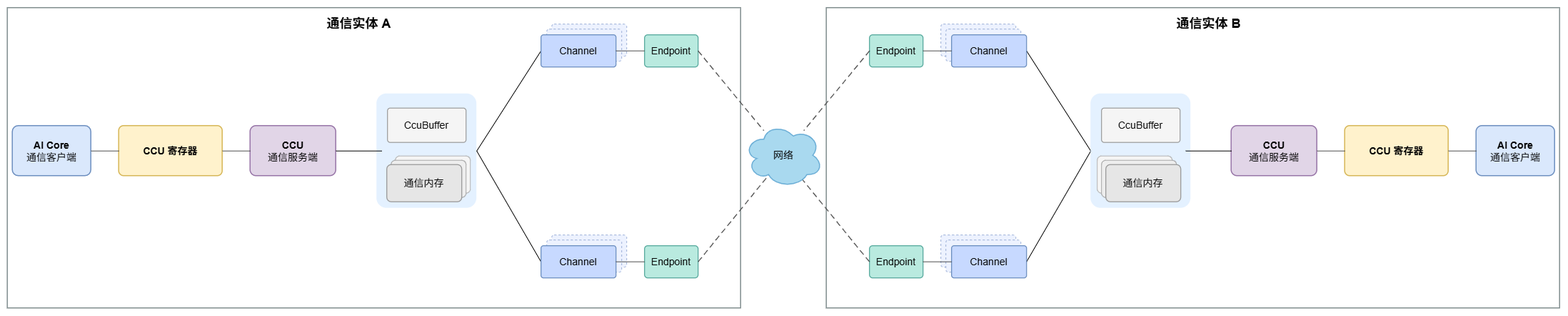
Atlas-Ascend-Fork/asc-comm keeps this draw.io diagram as docs/zh/Programming-Model/figures/ccu_proxy_communication_model.png. Above is the earlier version. Source tidied: cells renumbered, new cells last; positions are measured from the earlier drawing's top-left corner, leaving out a move shared by most shapes.
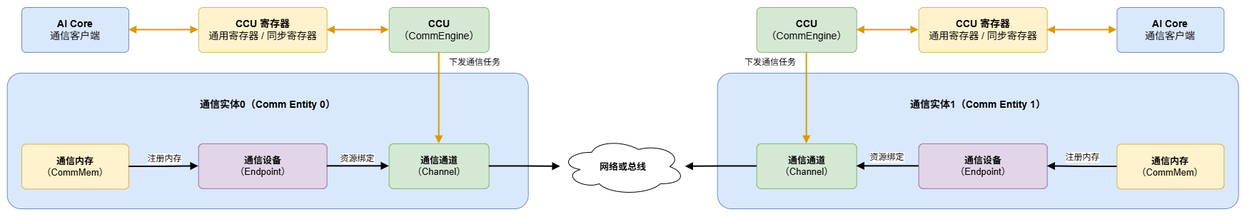
Above is the later version.

Diff of the diagram source:
```diff
@@ -1,171 +1,99 @@
-<mxGraphModel background="light-dark(#FFFFFF,#121212)">
+<mxGraphModel>
   <root>
     <mxCell id="0" />
     <mxCell id="1" parent="0" />
-    <mxCell id="2" style="rounded=0;whiteSpace=wrap;html=1;fillColor=#ffffff;strokeColor=#7f8c8d;strokeWidth=1.5;" parent="1" vertex="1">
-      <mxGeometry width="1027" height="420" as="geometry" />
-    </mxCell>
-    <mxCell id="3" value="&lt;b&gt;通信实体 A&lt;/b&gt;" style="text;html=1;align=center;verticalAlign=middle;fontSize=18;" parent="1" vertex="1">
-      <mxGeometry x="417" y="7.5" width="150" height="30" as="geometry" />
-    </mxCell>
-    <mxCell id="4" value="&lt;b&gt;AI Core&lt;/b&gt;&lt;br&gt;通信客户端" style="rounded=1;arcSize=12;whiteSpace=wrap;html=1;fillColor=#dae8fc;strokeColor=#6c8ebf;strokeWidth=1.5;fontSize=14;" parent="1" vertex="1">
-      <mxGeometry x="7" y="165" width="110" height="70" as="geometry" />
-    </mxCell>
-    <mxCell id="5" value="&lt;b&gt;CCU 寄存器&lt;/b&gt;" style="rounded=1;arcSize=10;whiteSpace=wrap;html=1;fillColor=#fff2cc;strokeColor=#d6b656;strokeWidth=1.5;fontSize=14;" parent="1" vertex="1">
-      <mxGeometry x="156" y="165" width="145" height="70" as="geometry" />
-    </mxCell>
-    <mxCell id="6" value="&lt;b&gt;CCU&lt;/b&gt;&lt;br&gt;通信服务端" style="rounded=1;arcSize=12;whiteSpace=wrap;html=1;fillColor=#e1d5e7;strokeColor=#9673a6;strokeWidth=1.5;fontSize=14;" parent="1" vertex="1">
-      <mxGeometry x="340" y="165" width="120" height="70" as="geometry" />
-    </mxCell>
-    <mxCell id="7" style="edgeStyle=none;rounded=0;jettySize=auto;html=1;exitX=1;exitY=0.5;exitDx=0;exitDy=0;entryX=0;entryY=0.5;entryDx=0;entryDy=0;endArrow=none;endFill=0;" parent="1" edge="1" source="9" target="16">
-      <mxGeometry relative="1" as="geometry" />
-    </mxCell>
-    <mxCell id="8" style="edgeStyle=none;rounded=0;jettySize=auto;html=1;exitX=1;exitY=0.5;exitDx=0;exitDy=0;entryX=0;entryY=0.5;entryDx=0;entryDy=0;endArrow=none;endFill=0;" parent="1" edge="1" source="9" target="20">
-      <mxGeometry relative="1" as="geometry" />
-    </mxCell>
-    <mxCell id="9" style="rounded=1;arcSize=10;whiteSpace=wrap;html=1;fillColor=#d9ecff;strokeColor=none;opacity=70;" parent="1" vertex="1">
-      <mxGeometry x="517" y="120" width="140" height="160" as="geometry" />
-    </mxCell>
-    <mxCell id="10" value="CcuBuffer" style="rounded=1;arcSize=8;whiteSpace=wrap;html=1;fillColor=#f5f5f5;strokeColor=#999999;strokeWidth=1.2;fontSize=14;" parent="1" vertex="1">
-      <mxGeometry x="532" y="140" width="110" height="48" as="geometry" />
-    </mxCell>
-    <mxCell id="11" style="rounded=1;arcSize=12;whiteSpace=wrap;html=1;fillColor=#f5f5f5;strokeColor=#b3b3b3;" parent="1" vertex="1">
-      <mxGeometry x="543" y="207" width="105" height="52" as="geometry" />
-    </mxCell>
-    <mxCell id="12" style="rounded=1;arcSize=12;whiteSpace=wrap;html=1;fillColor=#eeeeee;strokeColor=#a6a6a6;" parent="1" vertex="1">
-      <mxGeometry x="537" y="213" width="105" height="52" as="geometry" />
-    </mxCell>
-    <mxCell id="13" value="通信内存" style="rounded=1;arcSize=12;whiteSpace=wrap;html=1;fillColor=#e6e6e6;strokeColor=#999999;strokeWidth=1.3;fontSize=14;" parent="1" vertex="1">
-      <mxGeometry x="531" y="219" width="105" height="52" as="geometry" />
-    </mxCell>
-    <mxCell id="14" style="rounded=1;arcSize=8;whiteSpace=wrap;html=1;fillColor=#edf2ff;strokeColor=#9aaed6;dashed=1;" parent="1" vertex="1">
-      <mxGeometry x="762" y="22.5" width="105" height="45" as="geometry" />
-    </mxCell>
-    <mxCell id="15" style="rounded=1;arcSize=8;whiteSpace=wrap;html=1;fillColor=#edf2ff;strokeColor=#9aaed6;dashed=1;" parent="1" vertex="1">
-      <mxGeometry x="755" y="29.5" width="105" height="45" as="geometry" />
-    </mxCell>
-    <mxCell id="16" value="Channel" style="rounded=1;arcSize=8;whiteSpace=wrap;html=1;fillColor=#c7d9ff;strokeColor=#6c8ebf;strokeWidth=1.3;fontSize=14;" parent="1" vertex="1">
-      <mxGeometry x="747" y="37.5" width="105" height="45" as="geometry" />
-    </mxCell>
-    <mxCell id="17" value="Endpoint" style="rounded=1;arcSize=10;whiteSpace=wrap;html=1;fillColor=#b9eadf;strokeColor=#56a99d;strokeWidth=1.3;fontSize=14;" parent="1" vertex="1">
-      <mxGeometry x="892" y="37.5" width="75" height="45" as="geometry" />
-    </mxCell>
-    <mxCell id="18" style="rounded=1;arcSize=8;whiteSpace=wrap;html=1;fillColor=#edf2ff;strokeColor=#9aaed6;dashed=1;" parent="1" vertex="1">
-      <mxGeometry x="762" y="317.5" width="105" height="45" as="geometry" />
-    </mxCell>
-    <mxCell id="19" style="rounded=1;arcSize=8;whiteSpace=wrap;html=1;fillColor=#edf2ff;strokeColor=#9aaed6;dashed=1;" parent="1" vertex="1">
-      <mxGeometry x="755" y="324.5" width="105" height="45" as="geometry" />
-    </mxCell>
-    <mxCell id="20" value="Channel" style="rounded=1;arcSize=8;whiteSpace=wrap;html=1;fillColor=#c7d9ff;strokeColor=#6c8ebf;strokeWidth=1.3;fontSize=14;" parent="1" vertex="1">
-      <mxGeometry x="747" y="332.5" width="105" height="45" as="geometry" />
-    </mxCell>
-    <mxCell id="21" value="Endpoint" style="rounded=1;arcSize=10;whiteSpace=wrap;html=1;fillColor=#b9eadf;strokeColor=#56a99d;strokeWidth=1.3;fontSize=14;" parent="1" vertex="1">
-      <mxGeometry x="892" y="332.5" width="75" height="45" as="geometry" />
-    </mxCell>
-    <mxCell id="22" style="edgeStyle=orthogonalEdgeStyle;rounded=0;html=1;endArrow=none;endFill=0;strokeColor=#4d4d4d;fontSize=12;" parent="1" edge="1" source="4" target="5">
-      <mxGeometry x="-0.27" y="15" relative="1" as="geometry" />
-    </mxCell>
-    <mxCell id="23" style="edgeStyle=orthogonalEdgeStyle;rounded=0;html=1;endArrow=none;endFill=0;strokeColor=#4d4d4d;fontSize=12;" parent="1" edge="1" source="5" target="6">
-      <mxGeometry relative="1" as="geometry" />
-    </mxCell>
-    <mxCell id="24" style="edgeStyle=orthogonalEdgeStyle;rounded=0;html=1;endArrow=none;strokeColor=#4d4d4d;" parent="1" edge="1" source="16" target="17">
-      <mxGeometry relative="1" as="geometry" />
-    </mxCell>
-    <mxCell id="25" style="edgeStyle=orthogonalEdgeStyle;rounded=0;html=1;endArrow=none;strokeColor=#4d4d4d;" parent="1" edge="1" source="20" target="21">
-      <mxGeometry relative="1" as="geometry" />
-    </mxCell>
-    <mxCell id="26" style="edgeStyle=none;rounded=0;html=1;endArrow=none;dashed=1;dashPattern=6 4;strokeColor=#4d4d4d;strokeWidth=1.3;entryX=0.245;entryY=0.111;entryDx=0;entryDy=0;entryPerimeter=0;exitX=1;exitY=0.5;exitDx=0;exitDy=0;" parent="1" edge="1" source="17" target="54">
-      <mxGeometry relative="1" as="geometry" />
-    </mxCell>
-    <mxCell id="27" style="edgeStyle=none;rounded=0;html=1;endArrow=none;dashed=1;dashPattern=6 4;strokeColor=#4d4d4d;strokeWidth=1.3;entryX=0.31;entryY=0.8;entryDx=0;entryDy=0;entryPerimeter=0;exitX=1;exitY=0.5;exitDx=0;exitDy=0;" parent="1" edge="1" source="21" target="54">
-      <mxGeometry relative="1" as="geometry" />
-    </mxCell>
-    <mxCell id="28" style="rounded=0;whiteSpace=wrap;html=1;fillColor=#ffffff;strokeColor=#7f8c8d;strokeWidth=1.5;" parent="1" vertex="1">
-      <mxGeometry x="1147" width="1027" height="420" as="geometry" />
-    </mxCell>
-    <mxCell id="29" value="&lt;b&gt;通信实体 B&lt;/b&gt;" style="text;html=1;align=center;verticalAlign=middle;fontSize=18;" parent="1" vertex="1">
-      <mxGeometry x="1607" y="7.5" width="150" height="30" as="geometry" />
-    </mxCell>
-    <mxCell id="30" value="&lt;b&gt;AI Core&lt;/b&gt;&lt;br&gt;通信客户端" style="rounded=1;arcSize=12;whiteSpace=wrap;html=1;fillColor=#dae8fc;strokeColor=#6c8ebf;strokeWidth=1.5;fontSize=14;" parent="1" vertex="1">
-      <mxGeometry x="2057" y="165" width="110" height="70" as="geometry" />
-    </mxCell>
-    <mxCell id="31" value="&lt;b&gt;CCU 寄存器&lt;/b&gt;" style="rounded=1;arcSize=10;whiteSpace=wrap;html=1;fillColor=#fff2cc;strokeColor=#d6b656;strokeWidth=1.5;fontSize=14;" parent="1" vertex="1">
-      <mxGeometry x="1873" y="165" width="145" height="70" as="geometry" />
-    </mxCell>
-    <mxCell id="32" value="&lt;b&gt;CCU&lt;/b&gt;&lt;br&gt;通信服务端" style="rounded=1;arcSize=12;whiteSpace=wrap;html=1;fillColor=#e1d5e7;strokeColor=#9673a6;strokeWidth=1.5;fontSize=14;" parent="1" vertex="1">
-      <mxGeometry x="1714" y="165" width="120" height="70" as="geometry" />
-    </mxCell>
-    <mxCell id="33" style="edgeStyle=none;rounded=0;jettySize=auto;html=1;exitX=0;exitY=0.5;exitDx=0;exitDy=0;entryX=1;entryY=0.5;entryDx=0;entryDy=0;endArrow=none;endFill=0;" parent="1" edge="1" source="35" target="42">
-      <mxGeometry relative="1" as="geometry" />
-    </mxCell>
-    <mxCell id="34" style="edgeStyle=none;rounded=0;jettySize=auto;html=1;exitX=0;exitY=0.5;exitDx=0;exitDy=0;entryX=1;entryY=0.5;entryDx=0;entryDy=0;endArrow=none;endFill=0;" parent="1" edge="1" source="35" target="46">
-      <mxGeometry relative="1" as="geometry" />
-    </mxCell>
-    <mxCell id="35" style="rounded=1;arcSize=10;whiteSpace=wrap;html=1;fillColor=#d9ecff;strokeColor=none;opacity=70;" parent="1" vertex="1">
-      <mxGeometry x="1517" y="120" width="140" height="160" as="geometry" />
-    </mxCell>
-    <mxCell id="36" value="CcuBuffer" style="rounded=1;arcSize=8;whiteSpace=wrap;html=1;fillColor=#f5f5f5;strokeColor=#999999;strokeWidth=1.2;fontSize=14;" parent="1" vertex="1">
-      <mxGeometry x="1532" y="140" width="110" height="48" as="geometry" />
-    </mxCell>
-    <mxCell id="37" style="rounded=1;arcSize=12;whiteSpace=wrap;html=1;fillColor=#f5f5f5;strokeColor=#b3b3b3;" parent="1" vertex="1">
-      <mxGeometry x="1526" y="207" width="105" height="52" as="geometry" />
-    </mxCell>
-    <mxCell id="38" style="rounded=1;arcSize=12;whiteSpace=wrap;html=1;fillColor=#eeeeee;strokeColor=#a6a6a6;" parent="1" vertex="1">
-      <mxGeometry x="1532" y="213" width="105" height="52" as="geometry" />
-    </mxCell>
-    <mxCell id="39" value="通信内存" style="rounded=1;arcSize=12;whiteSpace=wrap;html=1;fillColor=#e6e6e6;strokeColor=#999999;strokeWidth=1.3;fontSize=14;" parent="1" vertex="1">
-      <mxGeometry x="1538" y="219" width="105" height="52" as="geometry" />
-    </mxCell>
-    <mxCell id="40" style="rounded=1;arcSize=8;whiteSpace=wrap;html=1;fillColor=#edf2ff;strokeColor=#9aaed6;dashed=1;" parent="1" vertex="1">
-      <mxGeometry x="1307" y="22.5" width="105" height="45" as="geometry" />
-    </mxCell>
-    <mxCell id="41" style="rounded=1;arcSize=8;whiteSpace=wrap;html=1;fillColor=#edf2ff;strokeColor=#9aaed6;dashed=1;" parent="1" vertex="1">
-      <mxGeometry x="1314" y="29.5" width="105" height="45" as="geometry" />
-    </mxCell>
-    <mxCell id="42" value="Channel" style="rounded=1;arcSize=8;whiteSpace=wrap;html=1;fillColor=#c7d9ff;strokeColor=#6c8ebf;strokeWidth=1.3;fontSize=14;" parent="1" vertex="1">
-      <mxGeometry x="1322" y="37.5" width="105" height="45" as="geometry" />
-    </mxCell>
-    <mxCell id="43" value="Endpoint" style="rounded=1;arcSize=10;whiteSpace=wrap;html=1;fillColor=#b9eadf;strokeColor=#56a99d;strokeWidth=1.3;fontSize=14;" parent="1" vertex="1">
-      <mxGeometry x="1207" y="37.5" width="75" height="45" as="geometry" />
-    </mxCell>
-    <mxCell id="44" style="rounded=1;arcSize=8;whiteSpace=wrap;html=1;fillColor=#edf2ff;strokeColor=#9aaed6;dashed=1;" parent="1" vertex="1">
-      <mxGeometry x="1307" y="317.5" width="105" height="45" as="geometry" />
-    </mxCell>
-    <mxCell id="45" style="rounded=1;arcSize=8;whiteSpace=wrap;html=1;fillColor=#edf2ff;strokeColor=#9aaed6;dashed=1;" parent="1" vertex="1">
-      <mxGeometry x="1314" y="324.5" width="105" height="45" as="geometry" />
-    </mxCell>
-    <mxCell id="46" value="Channel" style="rounded=1;arcSize=8;whiteSpace=wrap;html=1;fillColor=#c7d9ff;strokeColor=#6c8ebf;strokeWidth=1.3;fontSize=14;" parent="1" vertex="1">
-      <mxGeometry x="1322" y="332.5" width="105" height="45" as="geometry" />
-    </mxCell>
-    <mxCell id="47" value="Endpoint" style="rounded=1;arcSize=10;whiteSpace=wrap;html=1;fillColor=#b9eadf;strokeColor=#56a99d;strokeWidth=1.3;fontSize=14;" parent="1" vertex="1">
-      <mxGeometry x="1207" y="332.5" width="75" height="45" as="geometry" />
-    </mxCell>
-    <mxCell id="48" style="edgeStyle=orthogonalEdgeStyle;rounded=0;html=1;endArrow=none;endFill=0;strokeColor=#4d4d4d;fontSize=12;" parent="1" edge="1" source="30" target="31">
-      <mxGeometry x="-0.27" y="15" relative="1" as="geometry" />
-    </mxCell>
-    <mxCell id="49" style="edgeStyle=orthogonalEdgeStyle;rounded=0;html=1;endArrow=none;endFill=0;strokeColor=#4d4d4d;fontSize=12;" parent="1" edge="1" source="31" target="32">
-      <mxGeometry relative="1" as="geometry" />
-    </mxCell>
-    <mxCell id="50" style="edgeStyle=orthogonalEdgeStyle;rounded=0;html=1;endArrow=none;strokeColor=#4d4d4d;" parent="1" edge="1" source="42" target="43">
-      <mxGeometry relative="1" as="geometry" />
-    </mxCell>
-    <mxCell id="51" style="edgeStyle=orthogonalEdgeStyle;rounded=0;html=1;endArrow=none;strokeColor=#4d4d4d;" parent="1" edge="1" source="46" target="47">
-      <mxGeometry relative="1" as="geometry" />
-    </mxCell>
-    <mxCell id="52" style="edgeStyle=none;rounded=0;html=1;endArrow=none;dashed=1;dashPattern=6 4;strokeColor=#4d4d4d;strokeWidth=1.3;entryX=0.755;entryY=0.111;entryDx=0;entryDy=0;entryPerimeter=0;exitX=0;exitY=0.5;exitDx=0;exitDy=0;" parent="1" edge="1" source="43" target="54">
-      <mxGeometry relative="1" as="geometry" />
-    </mxCell>
-    <mxCell id="53" style="edgeStyle=none;rounded=0;html=1;endArrow=none;dashed=1;dashPattern=6 4;strokeColor=#4d4d4d;strokeWidth=1.3;entryX=0.69;entryY=0.8;entryDx=0;entryDy=0;entryPerimeter=0;exitX=0;exitY=0.5;exitDx=0;exitDy=0;" parent="1" edge="1" source="47" target="54">
-      <mxGeometry relative="1" as="geometry" />
-    </mxCell>
-    <mxCell id="54" value="网络" style="shape=cloud;whiteSpace=wrap;html=1;fillColor=#a9d9ef;strokeColor=#6baed6;strokeWidth=1.5;fontSize=14;" parent="1" vertex="1">
-      <mxGeometry x="1032" y="161.5" width="110" height="90" as="geometry" />
-    </mxCell>
-    <mxCell id="55" style="edgeStyle=none;rounded=0;jettySize=auto;html=1;exitX=1;exitY=0.5;exitDx=0;exitDy=0;entryX=0.05;entryY=0.5;entryDx=0;entryDy=0;entryPerimeter=0;endArrow=none;endFill=0;" parent="1" edge="1" source="6" target="9">
-      <mxGeometry relative="1" as="geometry" />
-    </mxCell>
-    <mxCell id="56" style="edgeStyle=none;rounded=0;jettySize=auto;html=1;exitX=0;exitY=0.5;exitDx=0;exitDy=0;entryX=0.95;entryY=0.5;entryDx=0;entryDy=0;entryPerimeter=0;endArrow=none;endFill=0;" parent="1" edge="1" source="32" target="35">
-      <mxGeometry relative="1" as="geometry" />
-    </mxCell>
+    <mxCell id="57" style="rounded=1;whiteSpace=wrap;html=1;fillColor=#dae8fc;strokeColor=#6c8ebf;arcSize=10;" parent="1" vertex="1">
+      <mxGeometry x="1304.7" y="2152" width="730" height="190" as="geometry" />
+    </mxCell>
+    <mxCell id="58" value="通信实体0（Comm Entity 0）" style="text;html=1;strokeColor=none;fillColor=none;align=center;verticalAlign=middle;whiteSpace=wrap;rounded=0;fontSize=14;fontStyle=1;" parent="1" vertex="1">
+      <mxGeometry x="1549.7" y="2183.9" width="240" height="24" as="geometry" />
+    </mxCell>
+    <mxCell id="59" value="&lt;b&gt;AI Core&lt;/b&gt;&lt;br&gt;通信客户端" style="rounded=1;whiteSpace=wrap;html=1;fillColor=#dae8fc;strokeColor=#6c8ebf;arcSize=10;fontSize=14;" parent="1" vertex="1">
+      <mxGeometry x="1325" y="2060" width="150" height="62.9" as="geometry" />
+    </mxCell>
+    <mxCell id="60" value="&lt;b&gt;CCU 寄存器&lt;/b&gt;&lt;br&gt;通用寄存器 / 同步寄存器" style="rounded=1;whiteSpace=wrap;html=1;fillColor=#fff2cc;strokeColor=#d6b656;arcSize=10;fontSize=14;" parent="1" vertex="1">
+      <mxGeometry x="1572.7" y="2060" width="180" height="62.9" as="geometry" />
+    </mxCell>
+    <mxCell id="61" value="&lt;b&gt;CCU&lt;/b&gt;&lt;br&gt;（CommEngine）" style="rounded=1;whiteSpace=wrap;html=1;fillColor=#d5e8d4;strokeColor=#82b366;arcSize=10;fontSize=14;" parent="1" vertex="1">
+      <mxGeometry x="1839.7" y="2060" width="140" height="62.9" as="geometry" />
+    </mxCell>
+    <mxCell id="62" value="下发通信任务" style="text;html=1;strokeColor=none;fillColor=none;align=center;verticalAlign=middle;whiteSpace=wrap;rounded=0;fontSize=12;" parent="1" vertex="1">
+      <mxGeometry x="1915" y="2122" width="90" height="30" as="geometry" />
+    </mxCell>
+    <mxCell id="63" value="&lt;b&gt;通信内存&lt;/b&gt;&lt;br&gt;（CommMem）" style="rounded=1;whiteSpace=wrap;html=1;fillColor=#fff2cc;strokeColor=#d6b656;arcSize=10;fontSize=13;" parent="1" vertex="1">
+      <mxGeometry x="1325" y="2251.4" width="150" height="62.9" as="geometry" />
+    </mxCell>
+    <mxCell id="64" value="&lt;b&gt;通信设备&lt;/b&gt;&lt;br&gt;（Endpoint）" style="rounded=1;whiteSpace=wrap;html=1;fillColor=#e1d5e7;strokeColor=#9673a6;arcSize=10;fontSize=13;" parent="1" vertex="1">
+      <mxGeometry x="1572.7" y="2250.9" width="180" height="62.9" as="geometry" />
+    </mxCell>
+    <mxCell id="65" value="&lt;b&gt;通信通道&lt;/b&gt;&lt;br&gt;（Channel）" style="rounded=1;whiteSpace=wrap;html=1;fillColor=#d5e8d4;strokeColor=#82b366;arcSize=10;fontSize=13;" parent="1" vertex="1">
+      <mxGeometry x="1839.7" y="2250.9" width="140" height="62.9" as="geometry" />
+    </mxCell>
+    <mxCell id="66" value="&lt;b&gt;网络或总线&lt;/b&gt;" style="shape=cloud;whiteSpace=wrap;html=1;fillColor=#ffffff;strokeColor=#000000;fontSize=13;" parent="1" vertex="1">
+      <mxGeometry x="2079.7" y="2242.9" width="175" height="80" as="geometry" />
+    </mxCell>
+    <mxCell id="67" style="edgeStyle=orthogonalEdgeStyle;rounded=0;jettySize=auto;html=1;strokeWidth=2;strokeColor=#d79b00;startArrow=block;startFill=1;endArrow=block;endFill=1;" parent="1" edge="1" source="59" target="60">
+      <mxGeometry relative="1" as="geometry" />
+    </mxCell>
+    <mxCell id="68" style="edgeStyle=orthogonalEdgeStyle;rounded=0;jettySize=auto;html=1;strokeWidth=2;strokeColor=#d79b00;startArrow=block;startFill=1;endArrow=block;endFill=1;" parent="1" edge="1" source="60" target="61">
+      <mxGeometry relative="1" as="geometry" />
+    </mxCell>
+    <mxCell id="69" style="edgeStyle=orthogonalEdgeStyle;rounded=0;jettySize=auto;html=1;strokeWidth=2;strokeColor=#d79b00;endArrow=block;endFill=1;entryX=0.5;entryY=0;entryDx=0;entryDy=0;" parent="1" edge="1" source="61" target="65">
+      <mxGeometry relative="1" as="geometry" />
+    </mxCell>
+    <mxCell id="70" value="注册内存" style="edgeStyle=orthogonalEdgeStyle;rounded=0;jettySize=auto;html=1;strokeWidth=2;strokeColor=#000000;endArrow=block;endFill=1;fontSize=12;labelBackgroundColor=#ffffff;" parent="1" edge="1" source="63" target="64">
+      <mxGeometry x="0.03" y="10" relative="1" as="geometry" />
+    </mxCell>
+    <mxCell id="71" value="资源绑定" style="edgeStyle=orthogonalEdgeStyle;rounded=0;jettySize=auto;html=1;strokeWidth=2;strokeColor=#000000;endArrow=block;endFill=1;fontSize=12;labelBackgroundColor=#ffffff;" parent="1" edge="1" source="64" target="65">
+      <mxGeometry x="-0.03" y="10" relative="1" as="geometry" />
+    </mxCell>
+    <mxCell id="72" style="edgeStyle=orthogonalEdgeStyle;rounded=0;jettySize=auto;html=1;strokeWidth=2;strokeColor=#000000;endArrow=block;endFill=1;fontSize=12;labelBackgroundColor=#ffffff;" parent="1" edge="1" source="65" target="66">
+      <mxGeometry relative="1" as="geometry" />
+    </mxCell>
+    <mxCell id="73" style="rounded=1;whiteSpace=wrap;html=1;fillColor=#dae8fc;strokeColor=#6c8ebf;arcSize=10;" parent="1" vertex="1">
+      <mxGeometry x="2299.7" y="2152" width="730" height="190" as="geometry" />
+    </mxCell>
+    <mxCell id="74" value="通信实体1（Comm Entity 1）" style="text;html=1;strokeColor=none;fillColor=none;align=center;verticalAlign=middle;whiteSpace=wrap;rounded=0;fontSize=14;fontStyle=1;" parent="1" vertex="1">
+      <mxGeometry x="2544.7" y="2183.9" width="240" height="24" as="geometry" />
+    </mxCell>
+    <mxCell id="75" value="&lt;b&gt;AI Core&lt;/b&gt;&lt;br&gt;通信客户端" style="rounded=1;whiteSpace=wrap;html=1;fillColor=#dae8fc;strokeColor=#6c8ebf;arcSize=10;fontSize=14;" parent="1" vertex="1">
+      <mxGeometry x="2859.4" y="2060" width="150" height="62.9" as="geometry" />
+    </mxCell>
+    <mxCell id="76" value="&lt;b&gt;CCU 寄存器&lt;/b&gt;&lt;br&gt;通用寄存器 / 同步寄存器" style="rounded=1;whiteSpace=wrap;html=1;fillColor=#fff2cc;strokeColor=#d6b656;arcSize=10;fontSize=14;" parent="1" vertex="1">
+      <mxGeometry x="2581.7" y="2060" width="180" height="62.9" as="geometry" />
+    </mxCell>
+    <mxCell id="77" value="&lt;b&gt;CCU&lt;/b&gt;&lt;br&gt;（CommEngine）" style="rounded=1;whiteSpace=wrap;html=1;fillColor=#d5e8d4;strokeColor=#82b366;arcSize=10;fontSize=14;" parent="1" vertex="1">
+      <mxGeometry x="2354.7" y="2060" width="140" height="62.9" as="geometry" />
+    </mxCell>
+    <mxCell id="78" value="下发通信任务" style="text;html=1;strokeColor=none;fillColor=none;align=center;verticalAlign=middle;whiteSpace=wrap;rounded=0;fontSize=12;" parent="1" vertex="1">
+      <mxGeometry x="2329.4" y="2122" width="90" height="30" as="geometry" />
+    </mxCell>
+    <mxCell id="79" value="&lt;b&gt;通信内存&lt;/b&gt;&lt;br&gt;（CommMem）" style="rounded=1;whiteSpace=wrap;html=1;fillColor=#fff2cc;strokeColor=#d6b656;arcSize=10;fontSize=13;" parent="1" vertex="1">
+      <mxGeometry x="2859.4" y="2251.4" width="150" height="62.9" as="geometry" />
+    </mxCell>
+    <mxCell id="80" value="&lt;b&gt;通信设备&lt;/b&gt;&lt;br&gt;（Endpoint）" style="rounded=1;whiteSpace=wrap;html=1;fillColor=#e1d5e7;strokeColor=#9673a6;arcSize=10;fontSize=13;" parent="1" vertex="1">
+      <mxGeometry x="2581.7" y="2250.9" width="180" height="62.9" as="geometry" />
+    </mxCell>
+    <mxCell id="81" value="&lt;b&gt;通信通道&lt;/b&gt;&lt;br&gt;（Channel）" style="rounded=1;whiteSpace=wrap;html=1;fillColor=#d5e8d4;strokeColor=#82b366;arcSize=10;fontSize=13;" parent="1" vertex="1">
+      <mxGeometry x="2354.7" y="2250.9" width="140" height="62.9" as="geometry" />
+    </mxCell>
+    <mxCell id="82" style="edgeStyle=orthogonalEdgeStyle;rounded=0;jettySize=auto;html=1;strokeWidth=2;strokeColor=#d79b00;startArrow=block;startFill=1;endArrow=block;endFill=1;" parent="1" edge="1" source="75" target="76">
+      <mxGeometry relative="1" as="geometry" />
+    </mxCell>
+    <mxCell id="83" style="edgeStyle=orthogonalEdgeStyle;rounded=0;jettySize=auto;html=1;strokeWidth=2;strokeColor=#d79b00;startArrow=block;startFill=1;endArrow=block;endFill=1;" parent="1" edge="1" source="76" target="77">
+      <mxGeometry relative="1" as="geometry" />
+    </mxCell>
+    <mxCell id="84" style="edgeStyle=orthogonalEdgeStyle;rounded=0;jettySize=auto;html=1;strokeWidth=2;strokeColor=#d79b00;endArrow=block;endFill=1;entryX=0.5;entryY=0;entryDx=0;entryDy=0;" parent="1" edge="1" source="77" target="81">
+      <mxGeometry relative="1" as="geometry" />
+    </mxCell>
+    <mxCell id="85" value="注册内存" style="edgeStyle=orthogonalEdgeStyle;rounded=0;jettySize=auto;html=1;strokeWidth=2;strokeColor=#000000;endArrow=block;endFill=1;fontSize=12;labelBackgroundColor=#ffffff;" parent="1" edge="1" source="79" target="80">
+      <mxGeometry y="-12" relative="1" as="geometry" />
+    </mxCell>
+    <mxCell id="86" value="资源绑定" style="edgeStyle=orthogonalEdgeStyle;rounded=0;jettySize=auto;html=1;strokeWidth=2;strokeColor=#000000;endArrow=block;endFill=1;fontSize=12;labelBackgroundColor=#ffffff;" parent="1" edge="1" source="80" target="81">
+      <mxGeometry x="0.03" y="-12" relative="1" as="geometry" />
+    </mxCell>
+    <mxCell id="87" style="edgeStyle=orthogonalEdgeStyle;rounded=0;jettySize=auto;html=1;strokeWidth=2;strokeColor=#000000;endArrow=block;endFill=1;fontSize=12;labelBackgroundColor=#ffffff;" parent="1" edge="1" source="81" target="66">
+      <mxGeometry relative="1" as="geometry" />
+    </mxCell>
   </root>
 </mxGraphModel>
```
